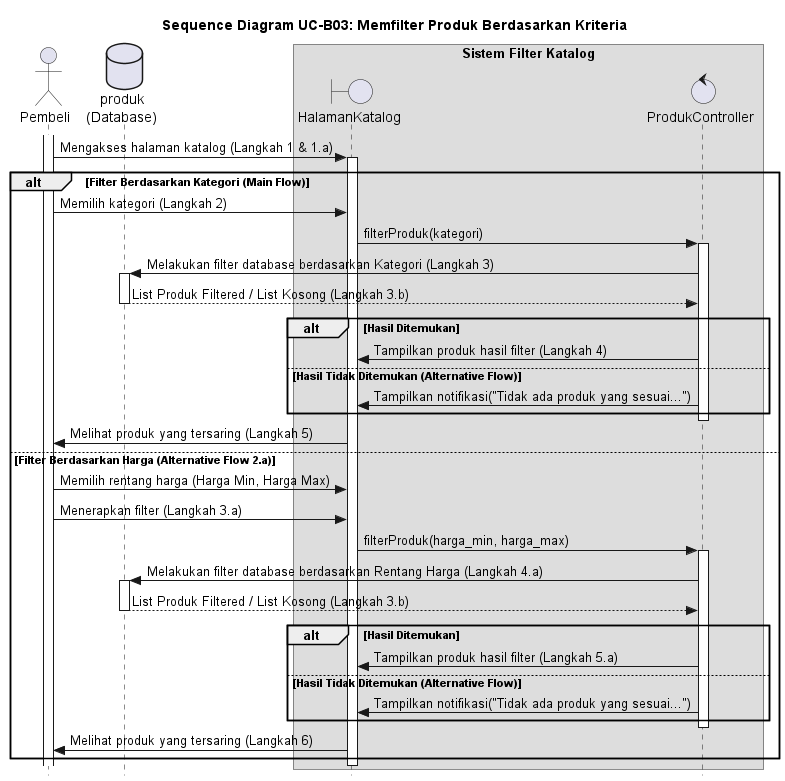
Earlier version of the PlantUML export out/UC-B03/SD-UC-B03_MemfilterProduk.png (alfiahnurfa/RSI-PROYEK-AKHIR-SEQUENCE).
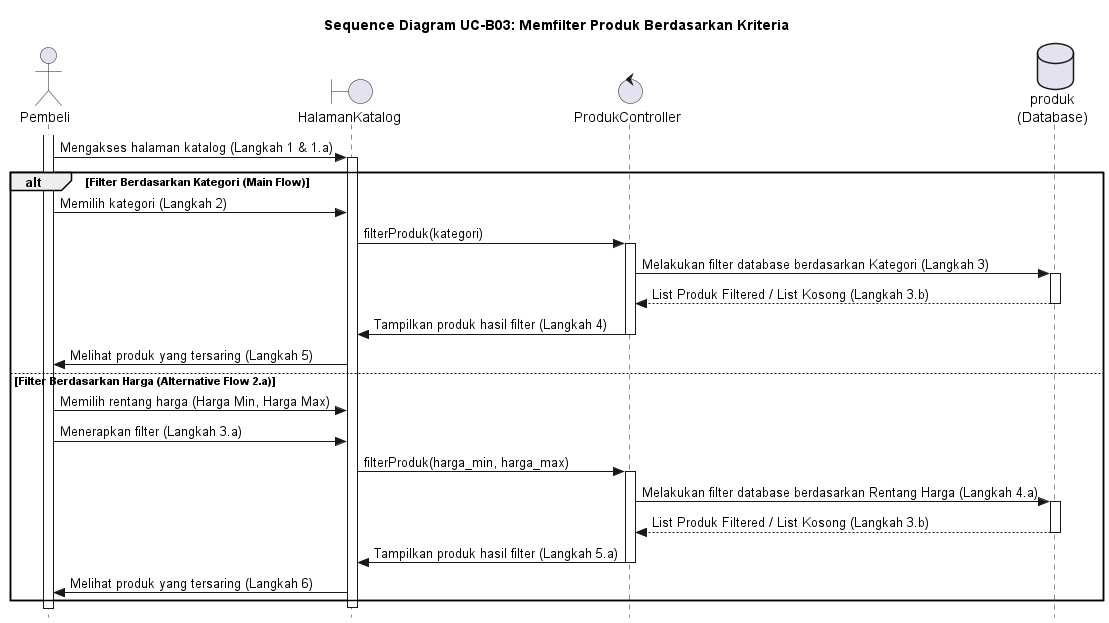
Later version of the same file.

What changed in the source:
```diff
@@ -7,10 +7,6 @@
 control ProdukController
 database produk as "produk\n(Database)"
 
-box "Sistem Filter Katalog"
-    participant HalamanKatalog
-    participant ProdukController
-end box
 
 activate Pembeli
 Pembeli -> HalamanKatalog : Mengakses halaman katalog (Langkah 1 & 1.a)
@@ -26,11 +22,8 @@
     return List Produk Filtered / List Kosong (Langkah 3.b)
     deactivate produk
 
-    alt Hasil Ditemukan
-        ProdukController -> HalamanKatalog : Tampilkan produk hasil filter (Langkah 4)
-    else Hasil Tidak Ditemukan (Alternative Flow)
-        ProdukController -> HalamanKatalog : Tampilkan notifikasi("Tidak ada produk yang sesuai...")
-    end
+    ProdukController -> HalamanKatalog : Tampilkan produk hasil filter (Langkah 4)
+
     deactivate ProdukController
 
     HalamanKatalog -> Pembeli : Melihat produk yang tersaring (Langkah 5)
@@ -46,12 +39,8 @@
     activate produk
     return List Produk Filtered / List Kosong (Langkah 3.b)
     deactivate produk
+    ProdukController -> HalamanKatalog : Tampilkan produk hasil filter (Langkah 5.a)
 
-    alt Hasil Ditemukan
-        ProdukController -> HalamanKatalog : Tampilkan produk hasil filter (Langkah 5.a)
-    else Hasil Tidak Ditemukan (Alternative Flow)
-        ProdukController -> HalamanKatalog : Tampilkan notifikasi("Tidak ada produk yang sesuai...")
-    end
     deactivate ProdukController
 
     HalamanKatalog -> Pembeli : Melihat produk yang tersaring (Langkah 6)
```
